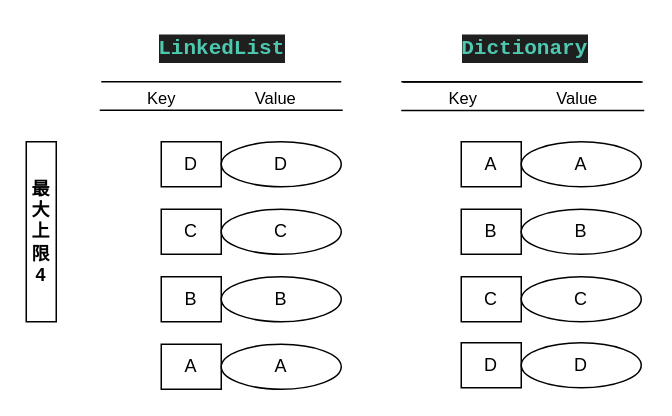
Earlier version of the draw.io diagram page "004 SET C" (4 of 9) of assets/image/Algorithm/Cache/MRU/MRUExample.drawio (gotoa1234/gotoa1234.github.io). Source tidied: cells renumbered, new cells numbered last; positions are measured from the earlier drawing's top-left corner, leaving out a move shared by most shapes. Both pictures are drawn from the tidied source at 150%, with x=0, y=0 at pixel (26, 26).
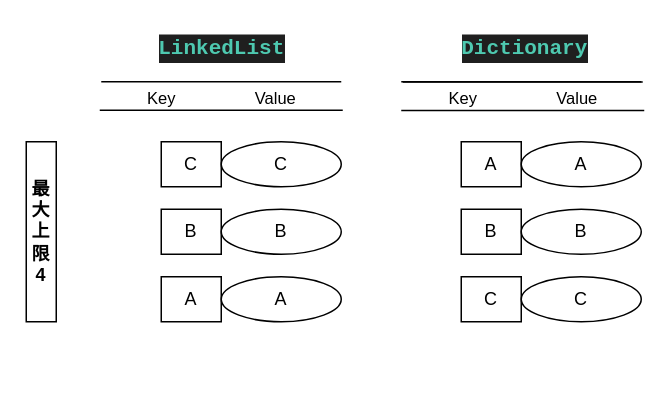
The same diagram, later.

Diff of the diagram source:
```diff
@@
-    <mxCell id="14" value="C" style="rounded=0;whiteSpace=wrap;html=1;" parent="1" vertex="1">
+    <mxCell id="14" value="B" style="rounded=0;whiteSpace=wrap;html=1;" parent="1" vertex="1">
       <mxGeometry x="90" y="122" width="40" height="30" as="geometry" />
     </mxCell>
-    <mxCell id="15" value="C" style="ellipse;whiteSpace=wrap;html=1;" parent="1" vertex="1">
+    <mxCell id="15" value="B" style="ellipse;whiteSpace=wrap;html=1;" parent="1" vertex="1">
       <mxGeometry x="130" y="122" width="80" height="30" as="geometry" />
     </mxCell>
@@
-    <mxCell id="18" value="B" style="rounded=0;whiteSpace=wrap;html=1;" parent="1" vertex="1">
+    <mxCell id="18" value="A" style="rounded=0;whiteSpace=wrap;html=1;" parent="1" vertex="1">
       <mxGeometry x="90" y="167" width="40" height="30" as="geometry" />
     </mxCell>
-    <mxCell id="19" value="B" style="ellipse;whiteSpace=wrap;html=1;" parent="1" vertex="1">
+    <mxCell id="19" value="A" style="ellipse;whiteSpace=wrap;html=1;" parent="1" vertex="1">
       <mxGeometry x="130" y="167" width="80" height="30" as="geometry" />
     </mxCell>
@@
-    <mxCell id="22" value="A" style="rounded=0;whiteSpace=wrap;html=1;" parent="1" vertex="1">
-      <mxGeometry x="90" y="212" width="40" height="30" as="geometry" />
-    </mxCell>
-    <mxCell id="23" value="A" style="ellipse;whiteSpace=wrap;html=1;" parent="1" vertex="1">
-      <mxGeometry x="130" y="212" width="80" height="30" as="geometry" />
-    </mxCell>
@@
-    <mxCell id="26" value="D" style="rounded=0;whiteSpace=wrap;html=1;" parent="1" vertex="1">
-      <mxGeometry x="290" y="211" width="40" height="30" as="geometry" />
-    </mxCell>
-    <mxCell id="27" value="D" style="ellipse;whiteSpace=wrap;html=1;" parent="1" vertex="1">
-      <mxGeometry x="330" y="211" width="80" height="30" as="geometry" />
-    </mxCell>
-    <mxCell id="28" value="D" style="rounded=0;whiteSpace=wrap;html=1;" parent="1" vertex="1">
+    <mxCell id="28" value="C" style="rounded=0;whiteSpace=wrap;html=1;" parent="1" vertex="1">
       <mxGeometry x="90" y="77" width="40" height="30" as="geometry" />
     </mxCell>
-    <mxCell id="29" value="D" style="ellipse;whiteSpace=wrap;html=1;" parent="1" vertex="1">
+    <mxCell id="29" value="C" style="ellipse;whiteSpace=wrap;html=1;" parent="1" vertex="1">
       <mxGeometry x="130" y="77" width="80" height="30" as="geometry" />
     </mxCell>
```
